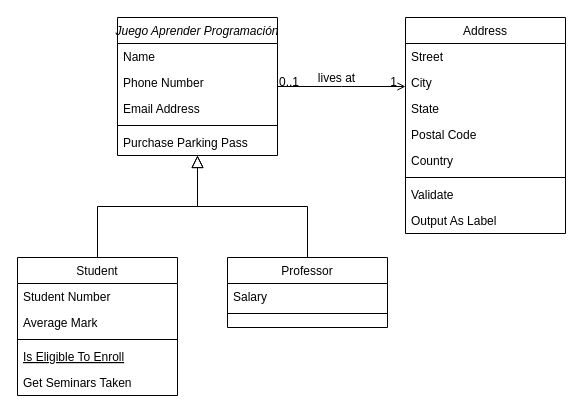
Before: Diagrama sin título.drawio in Daniela90-prog/Daniela.Programate, a draw.io diagram. Source tidied: cells renumbered, new cells numbered last; positions are measured from the earlier drawing's top-left corner, leaving out a move shared by most shapes. Both pictures are drawn from the tidied source at 100%, with x=0, y=0 at pixel (17, 17).
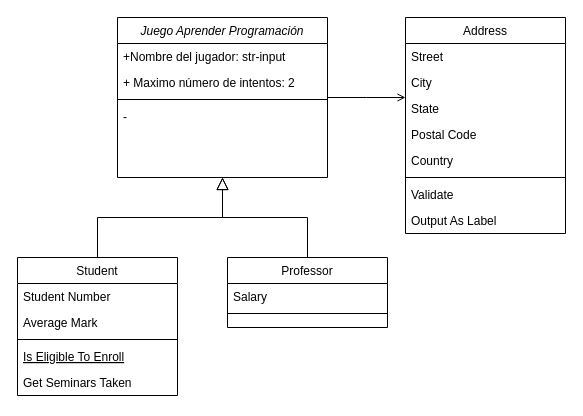
Above is the later version.

The change refers to these unchanged cells:
```xml
<mxCell id="28" style="endArrow=open;shadow=0;strokeWidth=1;rounded=0;endFill=1;edgeStyle=elbowEdgeStyle;elbow=vertical;" parent="1" edge="1" source="2" target="19">
  <mxGeometry x="0.5" y="41" relative="1" as="geometry">
    <mxPoint x="-40" y="32" as="offset" />
  </mxGeometry>
</mxCell>
```

Diff of the diagram source:
```diff
@@
     <mxCell id="2" value="Juego Aprender Programación" style="swimlane;fontStyle=2;align=center;verticalAlign=top;horizontal=1;startSize=26;rounded=0;shadow=0;strokeWidth=1;" parent="1" vertex="1">
-      <mxGeometry x="100" width="160" height="138" as="geometry" />
+      <mxGeometry x="100" width="210" height="160" as="geometry" />
     </mxCell>
-    <mxCell id="3" value="Name" style="text;align=left;verticalAlign=top;spacingLeft=4;spacingRight=4;overflow=hidden;" parent="2" vertex="1">
-      <mxGeometry y="26" width="160" height="26" as="geometry" />
+    <mxCell id="3" value="+Nombre del jugador: str-input" style="text;align=left;verticalAlign=top;spacingLeft=4;spacingRight=4;overflow=hidden;" parent="2" vertex="1">
+      <mxGeometry y="26" width="210" height="26" as="geometry" />
     </mxCell>
-    <mxCell id="4" value="Phone Number" style="text;align=left;verticalAlign=top;spacingLeft=4;spacingRight=4;overflow=hidden;rounded=0;shadow=0;html=0;" parent="2" vertex="1">
-      <mxGeometry y="52" width="160" height="26" as="geometry" />
+    <mxCell id="4" value="+ Maximo número de intentos: 2" style="text;align=left;verticalAlign=top;spacingLeft=4;spacingRight=4;overflow=hidden;rounded=0;shadow=0;html=0;" parent="2" vertex="1">
+      <mxGeometry y="52" width="210" height="26" as="geometry" />
     </mxCell>
-    <mxCell id="5" value="Email Address" style="text;align=left;verticalAlign=top;spacingLeft=4;spacingRight=4;overflow=hidden;rounded=0;shadow=0;html=0;" parent="2" vertex="1">
-      <mxGeometry y="78" width="160" height="26" as="geometry" />
-    </mxCell>
     <mxCell id="6" style="line;html=1;strokeWidth=1;align=left;verticalAlign=middle;spacingTop=-1;spacingLeft=3;spacingRight=3;labelPosition=right;" parent="2" vertex="1">
-      <mxGeometry y="104" width="160" height="8" as="geometry" />
+      <mxGeometry y="78" width="210" height="8" as="geometry" />
     </mxCell>
-    <mxCell id="7" value="Purchase Parking Pass" style="text;align=left;verticalAlign=top;spacingLeft=4;spacingRight=4;overflow=hidden;" parent="2" vertex="1">
-      <mxGeometry y="112" width="160" height="26" as="geometry" />
+    <mxCell id="7" value="- " style="text;align=left;verticalAlign=top;spacingLeft=4;spacingRight=4;overflow=hidden;" parent="2" vertex="1">
+      <mxGeometry y="86" width="210" height="26" as="geometry" />
     </mxCell>
@@
-    <mxCell id="29" value="0..1" style="align=left;verticalAlign=bottom;labelBackgroundColor=none;fontSize=12;" parent="28" vertex="1">
-      <mxGeometry x="-1" relative="1" as="geometry">
-        <mxPoint y="4" as="offset" />
-      </mxGeometry>
-    </mxCell>
-    <mxCell id="30" value="1" style="align=right;verticalAlign=bottom;labelBackgroundColor=none;fontSize=12;" parent="28" vertex="1">
-      <mxGeometry x="1" relative="1" as="geometry">
-        <mxPoint x="-7" y="4" as="offset" />
-      </mxGeometry>
-    </mxCell>
-    <mxCell id="31" value="lives at" style="text;html=1;align=center;verticalAlign=middle;labelBackgroundColor=none;rounded=0;shadow=0;strokeWidth=1;fontSize=12;" parent="28" vertex="1">
-      <mxGeometry x="0.5" y="49" relative="1" as="geometry">
-        <mxPoint x="-38" y="40" as="offset" />
-      </mxGeometry>
-    </mxCell>
```
